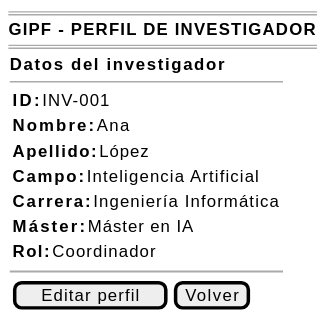
Before: images/RUP/00-casos-uso/02-detalle/coordinador/abrirInvestigador/abrirInvestigador-wireframe.svg, a diagram exported from PlantUML (beatriizorozco/25-26-idsw2-sdVC).
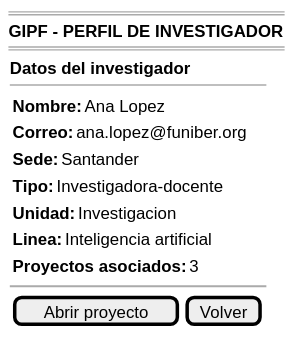
Above is the later version.

Diff of the diagram source:
```diff
@@ -7,18 +7,16 @@
         <b>Datos del investigador</b>
         --
         {
-            {<b>ID:</b>        | INV-001}
-            {<b>Nombre:</b>    | Ana}
-            {<b>Apellido:</b>  | López}
-            {<b>Campo:</b>     | Inteligencia Artificial}
-            {<b>Carrera:</b>   | Ingeniería Informática}
-            {<b>Máster:</b>    | Máster en IA}
-            {<b>Rol:</b>    | Coordinador}
+            {<b>Nombre:</b> | Ana Lopez}
+            {<b>Correo:</b> | ana.lopez@funiber.org}
+            {<b>Sede:</b> | Santander}
+            {<b>Tipo:</b> | Investigadora-docente}
+            {<b>Unidad:</b> | Investigacion}
+            {<b>Linea:</b> | Inteligencia artificial}
+            {<b>Proyectos asociados:</b> | 3}
         }
-
         ~~
-
-        {[Editar perfil] | [Volver]}
+        {[Abrir proyecto] | [Volver]}
     }
 }
 @endsalt
```
